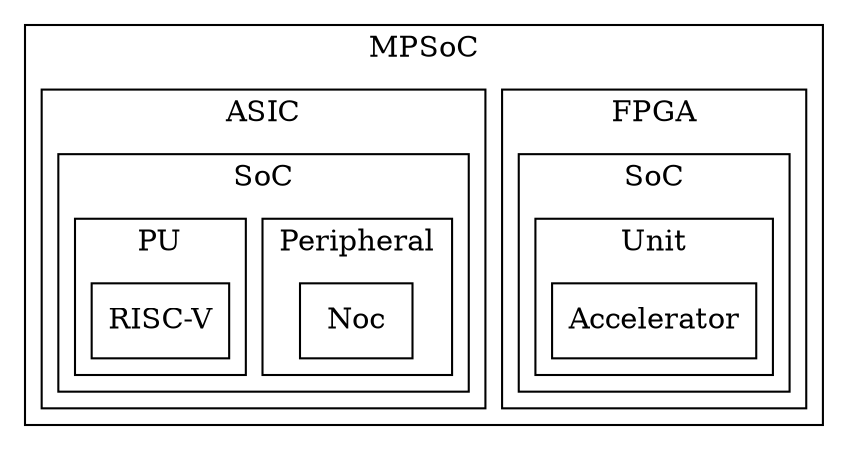
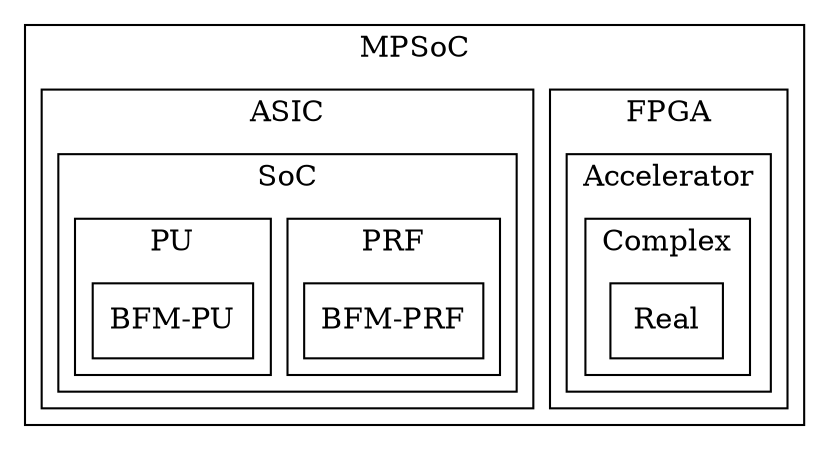
digraph Project {
  // Introduction
  graph [splines=ortho];
  node[shape=record];

  // Blocks
  subgraph "cluster MPSoC" { label = "MPSoC";
    subgraph "cluster FPGA" { label = "FPGA";
-       subgraph "cluster SoC" { label = "SoC";
-         subgraph "cluster Unit" {label = "Unit";
-           Accelerator[shape=box, label="Accelerator"];
+       subgraph "cluster Accelerator" { label = "Accelerator";
+         subgraph "cluster Complex" {label = "Complex";
+           Real[shape=box, label="Real"];
        }
      }
    }
    subgraph "cluster ASIC" { label = "ASIC";
      subgraph "cluster SoC" { label = "SoC";
-         subgraph "cluster Peripheral" {label = "Peripheral";
-           Noc[shape=box, label="Noc"];
+         subgraph "cluster PRF" {label = "PRF";
+           BFM_PRF[shape=box, label="BFM-PRF"];
        }
        subgraph "cluster PU" { label = "PU";
-           RISCV[shape=box, label="RISC-V"];
+           BFM_PU[shape=box, label="BFM-PU"];
        }
      }
    }
  }

  // Sequence
}
